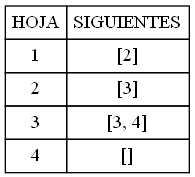
jona1403/Analizador-de-expresiones-1 keeps this Graphviz diagram as SIGUIENTES_201903004/SiguientesExpresionReg2.png. Above is the earlier version. Its source is kept beside it as SIGUIENTES_201903004/SiguientesExpresionReg2.dot. The source it was exported from:
```dot
 digraph html {
abc [shape=none, margin=0, label=<
<TABLE BORDER="0" CELLBORDER="1" CELLSPACING="0" CELLPADDING="4"><tr><td>HOJA</td><td>SIGUIENTES</td></tr><tr><td>1</td><td>[2]</td></tr><tr><td>2</td><td>[3]</td></tr><tr><td>3</td><td>[3, 4]</td></tr><tr><td>4</td><td>[]</td></tr></TABLE>>];
}
```
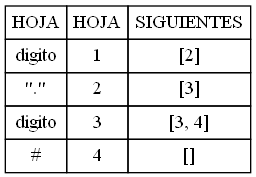
After the commit.

What changed in the source:
```diff
@@ -1,4 +1,4 @@
  digraph html {
 abc [shape=none, margin=0, label=<
-<TABLE BORDER="0" CELLBORDER="1" CELLSPACING="0" CELLPADDING="4"><tr><td>HOJA</td><td>SIGUIENTES</td></tr><tr><td>1</td><td>[2]</td></tr><tr><td>2</td><td>[3]</td></tr><tr><td>3</td><td>[3, 4]</td></tr><tr><td>4</td><td>[]</td></tr></TABLE>>];
+<TABLE BORDER="0" CELLBORDER="1" CELLSPACING="0" CELLPADDING="4"><tr><td>HOJA</td><td>HOJA</td><td>SIGUIENTES</td></tr><tr><td>digito</td><td>1</td><td>[2]</td></tr><tr><td>"."</td><td>2</td><td>[3]</td></tr><tr><td>digito</td><td>3</td><td>[3, 4]</td></tr><tr><td>#</td><td>4</td><td>[]</td></tr></TABLE>>];
 }
```
